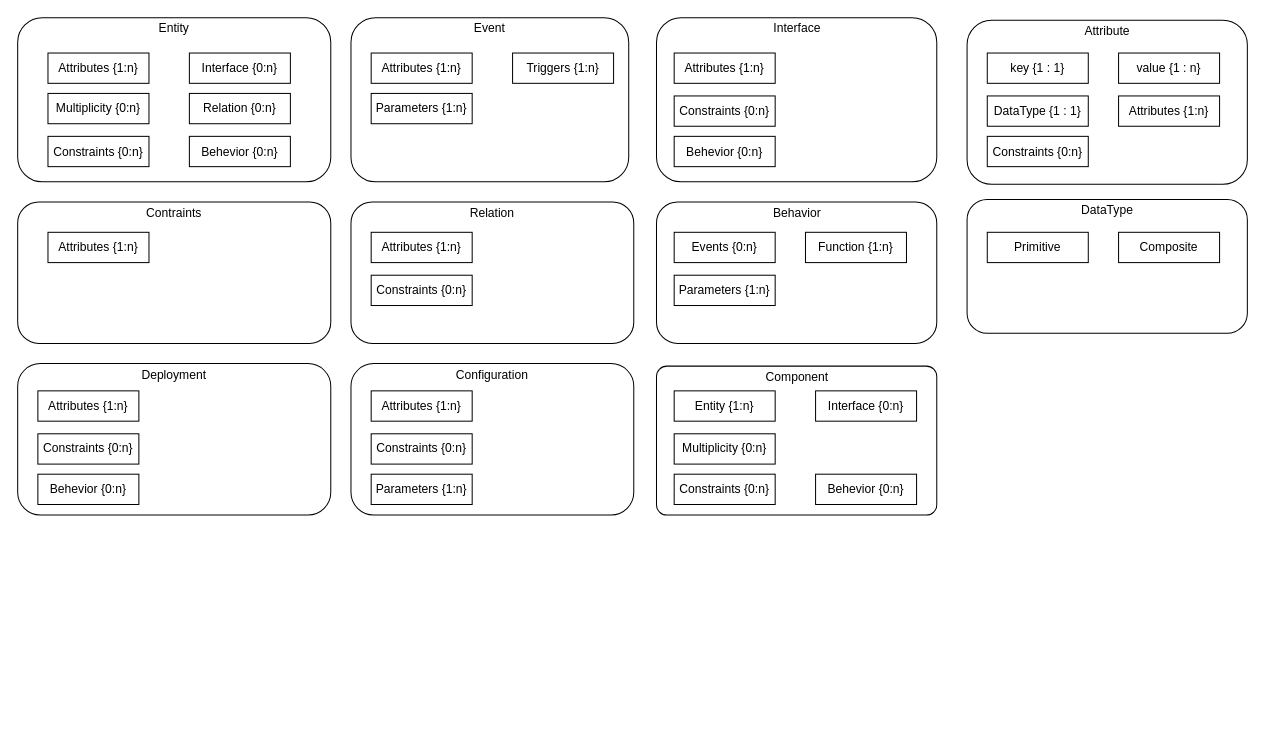
The draw.io diagram page "DM-Elements" (2 of 4) of Rust-Franca-POC/Design/HLD-Package View/Qd-Package.drawio in qorix-group/qd-proposal, before the edit. Source tidied: cells renumbered, new cells numbered last; positions are measured from the earlier drawing's top-left corner, leaving out a move shared by most shapes. Both pictures are drawn from the tidied source at 101%, with x=0, y=0 at pixel (17, 17).
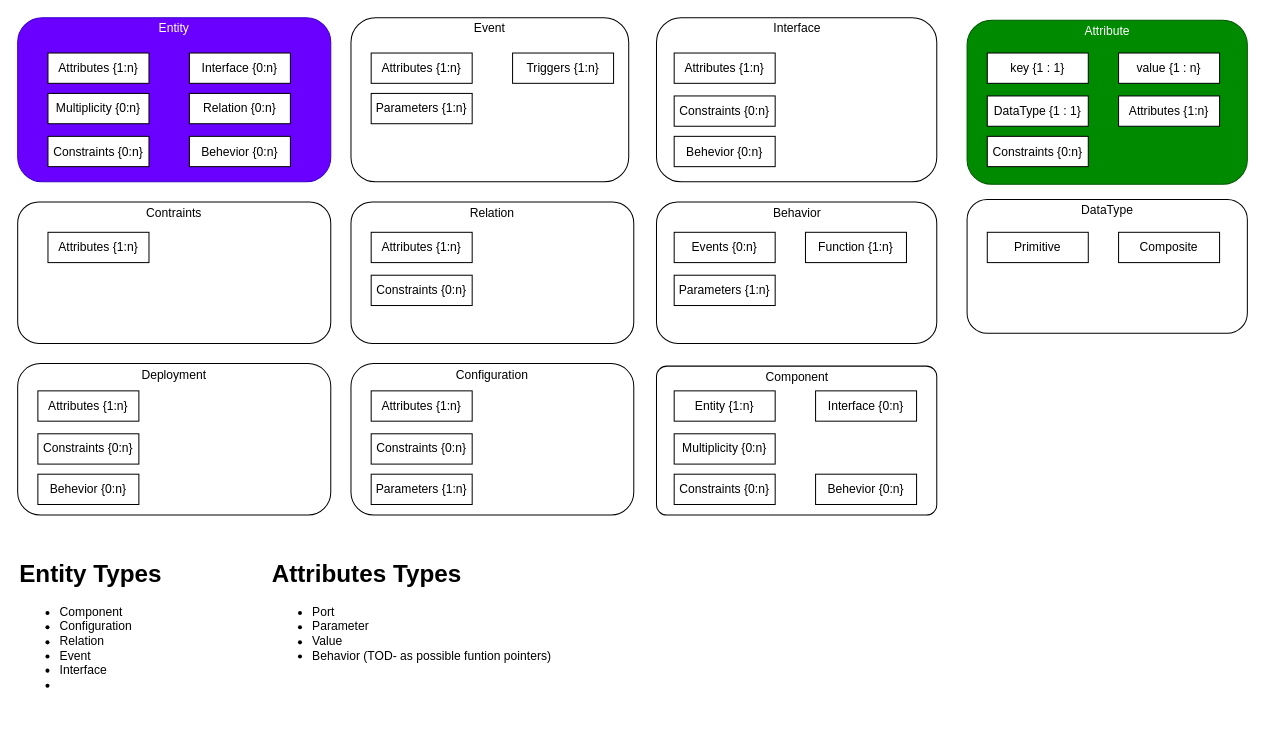
The same diagram, later.

What changed in the source:
```diff
@@
-    <mxCell id="3" value="Entity" style="rounded=1;whiteSpace=wrap;html=1;spacingBottom=-20;labelPosition=center;verticalLabelPosition=top;align=center;verticalAlign=bottom;" parent="1" vertex="1">
+    <mxCell id="3" value="Entity" style="rounded=1;whiteSpace=wrap;html=1;spacingBottom=-20;labelPosition=center;verticalLabelPosition=top;align=center;verticalAlign=bottom;fillColor=#6a00ff;fontColor=#ffffff;strokeColor=#3700CC;" parent="1" vertex="1">
       <mxGeometry width="310" height="162.5" as="geometry" />
     </mxCell>
@@
-    <mxCell id="40" value="Attribute" style="rounded=1;whiteSpace=wrap;html=1;spacingBottom=-20;labelPosition=center;verticalLabelPosition=top;align=center;verticalAlign=bottom;" parent="1" vertex="1">
+    <mxCell id="40" value="Attribute" style="rounded=1;whiteSpace=wrap;html=1;spacingBottom=-20;labelPosition=center;verticalLabelPosition=top;align=center;verticalAlign=bottom;fillColor=#008a00;fontColor=#ffffff;strokeColor=#005700;" parent="1" vertex="1">
       <mxGeometry x="940" y="2.5" width="277.5" height="162.5" as="geometry" />
     </mxCell>
@@
+    <mxCell id="49" value="&lt;h1 style=&quot;margin-top: 0px;&quot;&gt;Entity Types&lt;/h1&gt;&lt;p&gt;&lt;/p&gt;&lt;ul&gt;&lt;li&gt;Component&lt;/li&gt;&lt;li&gt;Configuration&lt;/li&gt;&lt;li&gt;Relation&lt;/li&gt;&lt;li&gt;Event&lt;/li&gt;&lt;li&gt;Interface&lt;/li&gt;&lt;li&gt;&lt;br&gt;&lt;/li&gt;&lt;/ul&gt;&lt;p&gt;&lt;/p&gt;" style="text;html=1;whiteSpace=wrap;overflow=hidden;rounded=0;" parent="1" vertex="1">
+      <mxGeometry y="530" width="190" height="160" as="geometry" />
+    </mxCell>
+    <mxCell id="50" value="&lt;h1 style=&quot;margin-top: 0px;&quot;&gt;Attributes Types&lt;/h1&gt;&lt;p&gt;&lt;/p&gt;&lt;ul&gt;&lt;li&gt;Port&lt;/li&gt;&lt;li&gt;Parameter&lt;/li&gt;&lt;li&gt;Value&lt;/li&gt;&lt;li&gt;Behavior (TOD- as possible funtion pointers)&lt;/li&gt;&lt;/ul&gt;&lt;p&gt;&lt;/p&gt;" style="text;html=1;whiteSpace=wrap;overflow=hidden;rounded=0;" parent="1" vertex="1">
+      <mxGeometry x="250" y="530" width="330" height="160" as="geometry" />
+    </mxCell>
```
